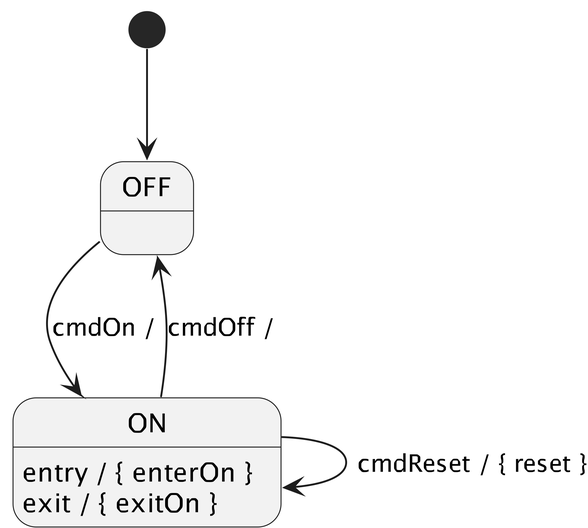
The PlantUML diagram docs/users-guide/diagrams/state-machine/SelfTransitions.png in nasa/fpp, before a commit. Its source is kept beside it as docs/users-guide/diagrams/state-machine/SelfTransitions.puml.
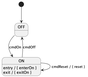
After the commit.

What changed in the source:
```diff
@@ -9,8 +9,8 @@
   ON: exit / { exitOn }
 }
 
-OFF --> ON : cmdOn /
-ON --> OFF : cmdOff /
+OFF --> ON : cmdOn
+ON --> OFF : cmdOff
 ON --> ON : cmdReset / { reset }
 
 @enduml
```
